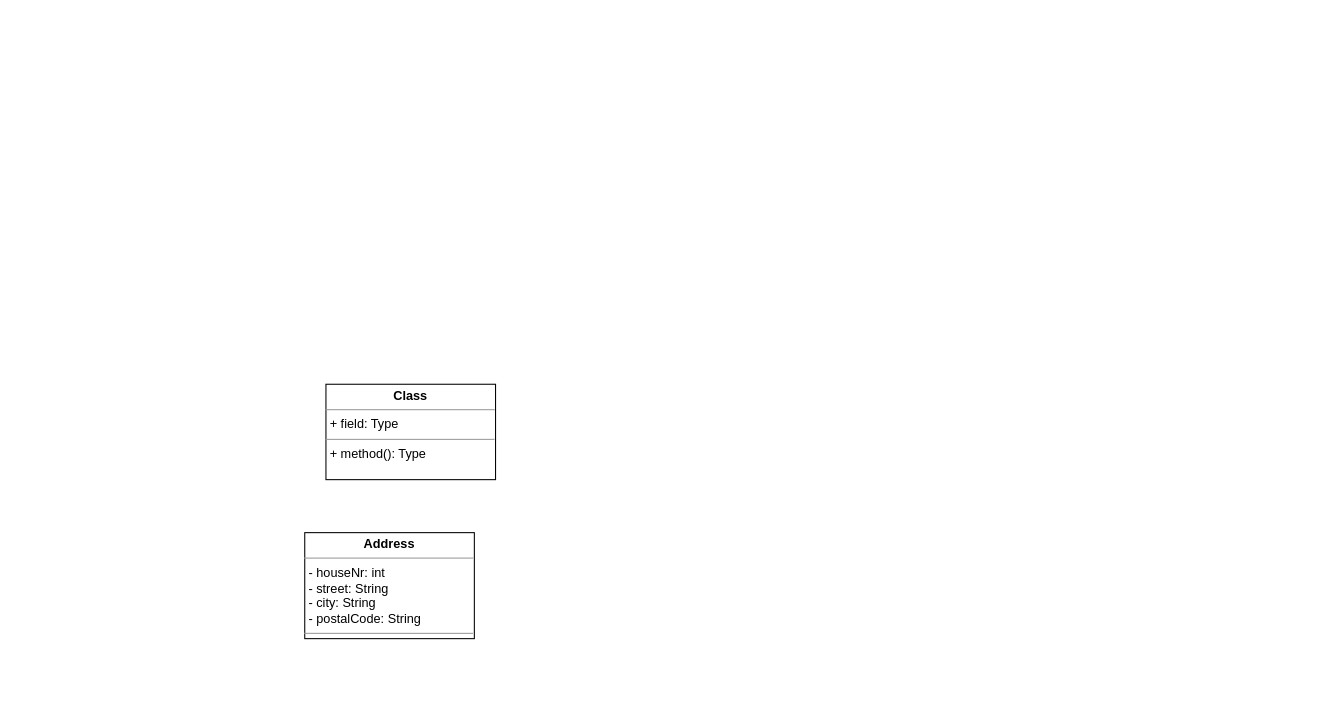
Earlier version of the draw.io diagram domainDiagram.drawio (MatthiasEberhardt/Softwareentwicklung). Source tidied: cells renumbered, new cells numbered last; positions are measured from the earlier drawing's top-left corner, leaving out a move shared by most shapes. Both pictures are drawn from the tidied source at 106%, with x=0, y=0 at pixel (304, 384).
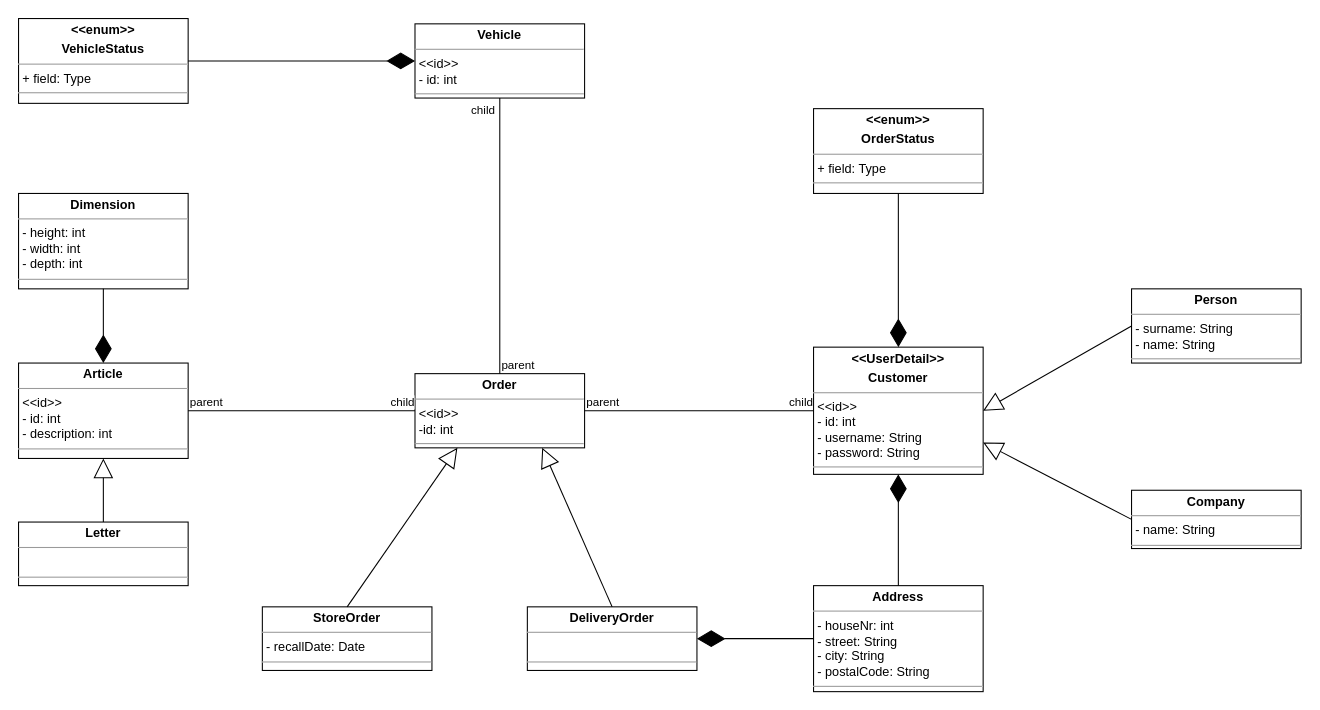
After the change.

Change to the diagram source:
```diff
@@
     <mxCell id="2" value="&lt;p style=&quot;margin: 0px ; margin-top: 4px ; text-align: center&quot;&gt;&lt;b&gt;Address&lt;/b&gt;&lt;/p&gt;&lt;hr size=&quot;1&quot;&gt;&lt;p style=&quot;margin: 0px ; margin-left: 4px&quot;&gt;- houseNr: int&lt;/p&gt;&lt;p style=&quot;margin: 0px ; margin-left: 4px&quot;&gt;- street: String&lt;/p&gt;&lt;p style=&quot;margin: 0px ; margin-left: 4px&quot;&gt;- city: String&lt;/p&gt;&lt;p style=&quot;margin: 0px ; margin-left: 4px&quot;&gt;- postalCode: String&lt;/p&gt;&lt;hr size=&quot;1&quot;&gt;&lt;p style=&quot;margin: 0px ; margin-left: 4px&quot;&gt;&lt;br&gt;&lt;/p&gt;" style="verticalAlign=top;align=left;overflow=fill;fontSize=12;fontFamily=Helvetica;html=1;" parent="1" vertex="1">
-      <mxGeometry y="140" width="160" height="100" as="geometry" />
+      <mxGeometry x="480" y="190" width="160" height="100" as="geometry" />
     </mxCell>
-    <mxCell id="3" value="&lt;p style=&quot;margin:0px;margin-top:4px;text-align:center;&quot;&gt;&lt;b&gt;Class&lt;/b&gt;&lt;/p&gt;&lt;hr size=&quot;1&quot;/&gt;&lt;p style=&quot;margin:0px;margin-left:4px;&quot;&gt;+ field: Type&lt;/p&gt;&lt;hr size=&quot;1&quot;/&gt;&lt;p style=&quot;margin:0px;margin-left:4px;&quot;&gt;+ method(): Type&lt;/p&gt;" style="verticalAlign=top;align=left;overflow=fill;fontSize=12;fontFamily=Helvetica;html=1;" parent="1" vertex="1">
-      <mxGeometry x="20" width="160" height="90" as="geometry" />
+    <mxCell id="3" value="&lt;p style=&quot;margin: 0px ; margin-top: 4px ; text-align: center&quot;&gt;&lt;b&gt;&amp;lt;&amp;lt;UserDetail&amp;gt;&amp;gt;&lt;/b&gt;&lt;/p&gt;&lt;p style=&quot;margin: 0px ; margin-top: 4px ; text-align: center&quot;&gt;&lt;b&gt;Customer&lt;/b&gt;&lt;/p&gt;&lt;hr size=&quot;1&quot;&gt;&lt;p style=&quot;margin: 0px ; margin-left: 4px&quot;&gt;&amp;lt;&amp;lt;id&amp;gt;&amp;gt;&lt;/p&gt;&lt;p style=&quot;margin: 0px ; margin-left: 4px&quot;&gt;- id: int&lt;/p&gt;&lt;p style=&quot;margin: 0px ; margin-left: 4px&quot;&gt;- username: String&lt;/p&gt;&lt;p style=&quot;margin: 0px ; margin-left: 4px&quot;&gt;- password: String&lt;/p&gt;&lt;hr size=&quot;1&quot;&gt;&lt;p style=&quot;margin: 0px ; margin-left: 4px&quot;&gt;&lt;br&gt;&lt;/p&gt;" style="verticalAlign=top;align=left;overflow=fill;fontSize=12;fontFamily=Helvetica;html=1;" parent="1" vertex="1">
+      <mxGeometry x="480" y="-35" width="160" height="120" as="geometry" />
     </mxCell>
+    <mxCell id="4" value="&lt;p style=&quot;margin: 0px ; margin-top: 4px ; text-align: center&quot;&gt;&lt;b&gt;Article&lt;/b&gt;&lt;/p&gt;&lt;hr size=&quot;1&quot;&gt;&lt;p style=&quot;margin: 0px ; margin-left: 4px&quot;&gt;&lt;span&gt;&amp;lt;&amp;lt;id&amp;gt;&amp;gt;&lt;/span&gt;&lt;/p&gt;&lt;p style=&quot;margin: 0px ; margin-left: 4px&quot;&gt;&lt;span&gt;- id: int&lt;/span&gt;&lt;br&gt;&lt;/p&gt;&lt;p style=&quot;margin: 0px ; margin-left: 4px&quot;&gt;&lt;span&gt;- description: int&lt;/span&gt;&lt;/p&gt;&lt;hr size=&quot;1&quot;&gt;&lt;p style=&quot;margin: 0px ; margin-left: 4px&quot;&gt;&lt;br&gt;&lt;/p&gt;" style="verticalAlign=top;align=left;overflow=fill;fontSize=12;fontFamily=Helvetica;html=1;" parent="1" vertex="1">
+      <mxGeometry x="-270" y="-20" width="160" height="90" as="geometry" />
+    </mxCell>
+    <mxCell id="5" value="&lt;p style=&quot;margin: 0px ; margin-top: 4px ; text-align: center&quot;&gt;&lt;b&gt;Order&lt;/b&gt;&lt;/p&gt;&lt;hr size=&quot;1&quot;&gt;&lt;p style=&quot;margin: 0px ; margin-left: 4px&quot;&gt;&amp;lt;&amp;lt;id&amp;gt;&amp;gt;&lt;/p&gt;&lt;p style=&quot;margin: 0px ; margin-left: 4px&quot;&gt;-id: int&lt;/p&gt;&lt;hr size=&quot;1&quot;&gt;&lt;p style=&quot;margin: 0px ; margin-left: 4px&quot;&gt;&lt;br&gt;&lt;/p&gt;" style="verticalAlign=top;align=left;overflow=fill;fontSize=12;fontFamily=Helvetica;html=1;" parent="1" vertex="1">
+      <mxGeometry x="104" y="-10" width="160" height="70" as="geometry" />
+    </mxCell>
+    <mxCell id="6" value="&lt;p style=&quot;margin: 0px ; margin-top: 4px ; text-align: center&quot;&gt;&lt;b&gt;DeliveryOrder&lt;/b&gt;&lt;/p&gt;&lt;hr size=&quot;1&quot;&gt;&lt;p style=&quot;margin: 0px ; margin-left: 4px&quot;&gt;&amp;nbsp;&lt;/p&gt;&lt;hr size=&quot;1&quot;&gt;&lt;p style=&quot;margin: 0px ; margin-left: 4px&quot;&gt;&lt;br&gt;&lt;/p&gt;" style="verticalAlign=top;align=left;overflow=fill;fontSize=12;fontFamily=Helvetica;html=1;" parent="1" vertex="1">
+      <mxGeometry x="210" y="210" width="160" height="60" as="geometry" />
+    </mxCell>
+    <mxCell id="7" value="&lt;p style=&quot;margin: 0px ; margin-top: 4px ; text-align: center&quot;&gt;&lt;b&gt;StoreOrder&lt;/b&gt;&lt;/p&gt;&lt;hr size=&quot;1&quot;&gt;&lt;p style=&quot;margin: 0px ; margin-left: 4px&quot;&gt;&lt;span&gt;- recallDate: Date&lt;/span&gt;&lt;br&gt;&lt;/p&gt;&lt;hr size=&quot;1&quot;&gt;&lt;p style=&quot;margin: 0px ; margin-left: 4px&quot;&gt;&lt;br&gt;&lt;/p&gt;" style="verticalAlign=top;align=left;overflow=fill;fontSize=12;fontFamily=Helvetica;html=1;" parent="1" vertex="1">
+      <mxGeometry x="-40" y="210" width="160" height="60" as="geometry" />
+    </mxCell>
+    <mxCell id="8" value="&lt;p style=&quot;margin: 0px ; margin-top: 4px ; text-align: center&quot;&gt;&lt;b&gt;Person&lt;/b&gt;&lt;/p&gt;&lt;hr size=&quot;1&quot;&gt;&lt;p style=&quot;margin: 0px ; margin-left: 4px&quot;&gt;&lt;span&gt;- surname: String&lt;/span&gt;&lt;br&gt;&lt;/p&gt;&lt;p style=&quot;margin: 0px ; margin-left: 4px&quot;&gt;- name: String&lt;/p&gt;&lt;hr size=&quot;1&quot;&gt;&lt;p style=&quot;margin: 0px ; margin-left: 4px&quot;&gt;&lt;br&gt;&lt;/p&gt;" style="verticalAlign=top;align=left;overflow=fill;fontSize=12;fontFamily=Helvetica;html=1;" parent="1" vertex="1">
+      <mxGeometry x="780" y="-90" width="160" height="70" as="geometry" />
+    </mxCell>
+    <mxCell id="9" value="&lt;p style=&quot;margin: 0px ; margin-top: 4px ; text-align: center&quot;&gt;&lt;b&gt;Company&lt;/b&gt;&lt;/p&gt;&lt;hr size=&quot;1&quot;&gt;&lt;p style=&quot;margin: 0px ; margin-left: 4px&quot;&gt;&lt;span&gt;- name: String&lt;/span&gt;&lt;br&gt;&lt;/p&gt;&lt;hr size=&quot;1&quot;&gt;&lt;p style=&quot;margin: 0px ; margin-left: 4px&quot;&gt;&lt;br&gt;&lt;/p&gt;" style="verticalAlign=top;align=left;overflow=fill;fontSize=12;fontFamily=Helvetica;html=1;" parent="1" vertex="1">
+      <mxGeometry x="780" y="100" width="160" height="55" as="geometry" />
+    </mxCell>
+    <mxCell id="10" value="&lt;p style=&quot;margin: 0px ; margin-top: 4px ; text-align: center&quot;&gt;&lt;b&gt;Letter&lt;/b&gt;&lt;/p&gt;&lt;hr size=&quot;1&quot;&gt;&lt;p style=&quot;margin: 0px ; margin-left: 4px&quot;&gt;&lt;br&gt;&lt;/p&gt;&lt;hr size=&quot;1&quot;&gt;&lt;p style=&quot;margin: 0px ; margin-left: 4px&quot;&gt;&lt;br&gt;&lt;/p&gt;" style="verticalAlign=top;align=left;overflow=fill;fontSize=12;fontFamily=Helvetica;html=1;" parent="1" vertex="1">
+      <mxGeometry x="-270" y="130" width="160" height="60" as="geometry" />
+    </mxCell>
+    <mxCell id="11" value="&lt;p style=&quot;margin: 0px ; margin-top: 4px ; text-align: center&quot;&gt;&lt;b&gt;Vehicle&lt;/b&gt;&lt;/p&gt;&lt;hr size=&quot;1&quot;&gt;&lt;p style=&quot;margin: 0px ; margin-left: 4px&quot;&gt;&amp;lt;&amp;lt;id&amp;gt;&amp;gt;&lt;/p&gt;&lt;p style=&quot;margin: 0px ; margin-left: 4px&quot;&gt;- id: int&lt;/p&gt;&lt;hr size=&quot;1&quot;&gt;&lt;p style=&quot;margin: 0px ; margin-left: 4px&quot;&gt;&lt;br&gt;&lt;/p&gt;" style="verticalAlign=top;align=left;overflow=fill;fontSize=12;fontFamily=Helvetica;html=1;" parent="1" vertex="1">
+      <mxGeometry x="104" y="-340" width="160" height="70" as="geometry" />
+    </mxCell>
+    <mxCell id="12" value="&lt;p style=&quot;margin: 0px ; margin-top: 4px ; text-align: center&quot;&gt;&lt;b&gt;&amp;lt;&amp;lt;enum&amp;gt;&amp;gt;&lt;/b&gt;&lt;/p&gt;&lt;p style=&quot;margin: 0px ; margin-top: 4px ; text-align: center&quot;&gt;&lt;b&gt;VehicleStatus&lt;/b&gt;&lt;/p&gt;&lt;hr size=&quot;1&quot;&gt;&lt;p style=&quot;margin: 0px ; margin-left: 4px&quot;&gt;+ field: Type&lt;/p&gt;&lt;hr size=&quot;1&quot;&gt;&lt;p style=&quot;margin: 0px ; margin-left: 4px&quot;&gt;&lt;br&gt;&lt;/p&gt;" style="verticalAlign=top;align=left;overflow=fill;fontSize=12;fontFamily=Helvetica;html=1;" parent="1" vertex="1">
+      <mxGeometry x="-270" y="-345" width="160" height="80" as="geometry" />
+    </mxCell>
+    <mxCell id="13" value="&lt;p style=&quot;margin: 0px ; margin-top: 4px ; text-align: center&quot;&gt;&lt;b&gt;&amp;lt;&amp;lt;enum&amp;gt;&amp;gt;&lt;/b&gt;&lt;/p&gt;&lt;p style=&quot;margin: 0px ; margin-top: 4px ; text-align: center&quot;&gt;&lt;b&gt;OrderStatus&lt;/b&gt;&lt;/p&gt;&lt;hr size=&quot;1&quot;&gt;&lt;p style=&quot;margin: 0px ; margin-left: 4px&quot;&gt;+ field: Type&lt;/p&gt;&lt;hr size=&quot;1&quot;&gt;&lt;p style=&quot;margin: 0px ; margin-left: 4px&quot;&gt;&lt;br&gt;&lt;/p&gt;" style="verticalAlign=top;align=left;overflow=fill;fontSize=12;fontFamily=Helvetica;html=1;" parent="1" vertex="1">
+      <mxGeometry x="480" y="-260" width="160" height="80" as="geometry" />
+    </mxCell>
+    <mxCell id="14" value="&lt;p style=&quot;margin: 0px ; margin-top: 4px ; text-align: center&quot;&gt;&lt;b&gt;Dimension&lt;/b&gt;&lt;/p&gt;&lt;hr size=&quot;1&quot;&gt;&lt;p style=&quot;margin: 0px ; margin-left: 4px&quot;&gt;&lt;span&gt;- height: int&lt;/span&gt;&lt;br&gt;&lt;/p&gt;&lt;p style=&quot;margin: 0px ; margin-left: 4px&quot;&gt;- width: int&lt;/p&gt;&lt;p style=&quot;margin: 0px ; margin-left: 4px&quot;&gt;- depth: int&lt;/p&gt;&lt;hr size=&quot;1&quot;&gt;&lt;p style=&quot;margin: 0px ; margin-left: 4px&quot;&gt;&lt;br&gt;&lt;/p&gt;" style="verticalAlign=top;align=left;overflow=fill;fontSize=12;fontFamily=Helvetica;html=1;" parent="1" vertex="1">
+      <mxGeometry x="-270" y="-180" width="160" height="90" as="geometry" />
+    </mxCell>
+    <mxCell id="15" style="endArrow=block;endSize=16;endFill=0;html=1;rounded=0;exitX=0;exitY=0.5;exitDx=0;exitDy=0;entryX=1;entryY=0.5;entryDx=0;entryDy=0;" parent="1" edge="1" source="8" target="3">
+      <mxGeometry x="0.12" relative="1" as="geometry" />
+    </mxCell>
+    <mxCell id="16" style="endArrow=block;endSize=16;endFill=0;html=1;rounded=0;exitX=0;exitY=0.5;exitDx=0;exitDy=0;entryX=1;entryY=0.75;entryDx=0;entryDy=0;" parent="1" edge="1" source="9" target="3">
+      <mxGeometry x="0.12" relative="1" as="geometry" />
+    </mxCell>
+    <mxCell id="17" style="endArrow=block;endSize=16;endFill=0;html=1;rounded=0;exitX=0.5;exitY=0;exitDx=0;exitDy=0;entryX=0.5;entryY=1;entryDx=0;entryDy=0;" parent="1" edge="1" source="10" target="4">
+      <mxGeometry x="0.12" relative="1" as="geometry" />
+    </mxCell>
+    <mxCell id="18" style="endArrow=block;endSize=16;endFill=0;html=1;rounded=0;exitX=0.5;exitY=0;exitDx=0;exitDy=0;entryX=0.75;entryY=1;entryDx=0;entryDy=0;" parent="1" edge="1" source="6" target="5">
+      <mxGeometry x="0.12" relative="1" as="geometry" />
+    </mxCell>
+    <mxCell id="19" style="endArrow=block;endSize=16;endFill=0;html=1;rounded=0;exitX=0.5;exitY=0;exitDx=0;exitDy=0;entryX=0.25;entryY=1;entryDx=0;entryDy=0;" parent="1" edge="1" source="7" target="5">
+      <mxGeometry x="0.12" relative="1" as="geometry" />
+    </mxCell>
+    <mxCell id="20" style="endArrow=diamondThin;endFill=1;endSize=24;html=1;rounded=0;entryX=0.5;entryY=0;entryDx=0;entryDy=0;exitX=0.5;exitY=1;exitDx=0;exitDy=0;" parent="1" edge="1" source="14" target="4">
+      <mxGeometry relative="1" as="geometry" />
+    </mxCell>
+    <mxCell id="21" style="endArrow=diamondThin;endFill=1;endSize=24;html=1;rounded=0;entryX=0;entryY=0.5;entryDx=0;entryDy=0;exitX=1;exitY=0.5;exitDx=0;exitDy=0;" parent="1" edge="1" source="12" target="11">
+      <mxGeometry relative="1" as="geometry" />
+    </mxCell>
+    <mxCell id="22" style="endArrow=diamondThin;endFill=1;endSize=24;html=1;rounded=0;entryX=0.5;entryY=0;entryDx=0;entryDy=0;exitX=0.5;exitY=1;exitDx=0;exitDy=0;" parent="1" edge="1" source="13" target="3">
+      <mxGeometry relative="1" as="geometry" />
+    </mxCell>
+    <mxCell id="23" style="endArrow=diamondThin;endFill=1;endSize=24;html=1;rounded=0;entryX=0.5;entryY=1;entryDx=0;entryDy=0;exitX=0.5;exitY=0;exitDx=0;exitDy=0;" parent="1" edge="1" source="2" target="3">
+      <mxGeometry relative="1" as="geometry" />
+    </mxCell>
+    <mxCell id="24" style="endArrow=diamondThin;endFill=1;endSize=24;html=1;rounded=0;entryX=1;entryY=0.5;entryDx=0;entryDy=0;exitX=0;exitY=0.5;exitDx=0;exitDy=0;" parent="1" edge="1" source="2" target="6">
+      <mxGeometry relative="1" as="geometry" />
+    </mxCell>
+    <mxCell id="25" style="endArrow=none;html=1;edgeStyle=orthogonalEdgeStyle;rounded=0;entryX=0;entryY=0.5;entryDx=0;entryDy=0;exitX=1;exitY=0.5;exitDx=0;exitDy=0;" parent="1" edge="1" source="4" target="5">
+      <mxGeometry relative="1" as="geometry" />
+    </mxCell>
+    <mxCell id="26" value="parent" style="edgeLabel;html=1;align=left;verticalAlign=bottom;" parent="25" vertex="1">
+      <mxGeometry x="-1" relative="1" as="geometry" />
+    </mxCell>
+    <mxCell id="27" value="child" style="edgeLabel;html=1;align=right;verticalAlign=bottom;" parent="25" vertex="1">
+      <mxGeometry x="1" relative="1" as="geometry" />
+    </mxCell>
+    <mxCell id="28" style="endArrow=none;html=1;edgeStyle=orthogonalEdgeStyle;rounded=0;entryX=0.5;entryY=1;entryDx=0;entryDy=0;exitX=0.5;exitY=0;exitDx=0;exitDy=0;" parent="1" edge="1" source="5" target="11">
+      <mxGeometry relative="1" as="geometry" />
+    </mxCell>
+    <mxCell id="29" value="parent" style="edgeLabel;html=1;align=left;verticalAlign=bottom;" parent="28" vertex="1">
+      <mxGeometry x="-1" relative="1" as="geometry" />
+    </mxCell>
+    <mxCell id="30" value="child" style="edgeLabel;html=1;align=right;verticalAlign=bottom;" parent="28" vertex="1">
+      <mxGeometry x="1" relative="1" as="geometry">
+        <mxPoint x="-4" y="20" as="offset" />
+      </mxGeometry>
+    </mxCell>
+    <mxCell id="31" style="endArrow=none;html=1;edgeStyle=orthogonalEdgeStyle;rounded=0;entryX=0;entryY=0.5;entryDx=0;entryDy=0;exitX=1;exitY=0.5;exitDx=0;exitDy=0;" parent="1" edge="1" source="5" target="3">
+      <mxGeometry relative="1" as="geometry" />
+    </mxCell>
+    <mxCell id="32" value="parent" style="edgeLabel;html=1;align=left;verticalAlign=bottom;" parent="31" vertex="1">
+      <mxGeometry x="-1" relative="1" as="geometry" />
+    </mxCell>
+    <mxCell id="33" value="child" style="edgeLabel;html=1;align=right;verticalAlign=bottom;" parent="31" vertex="1">
+      <mxGeometry x="1" relative="1" as="geometry" />
+    </mxCell>
```
